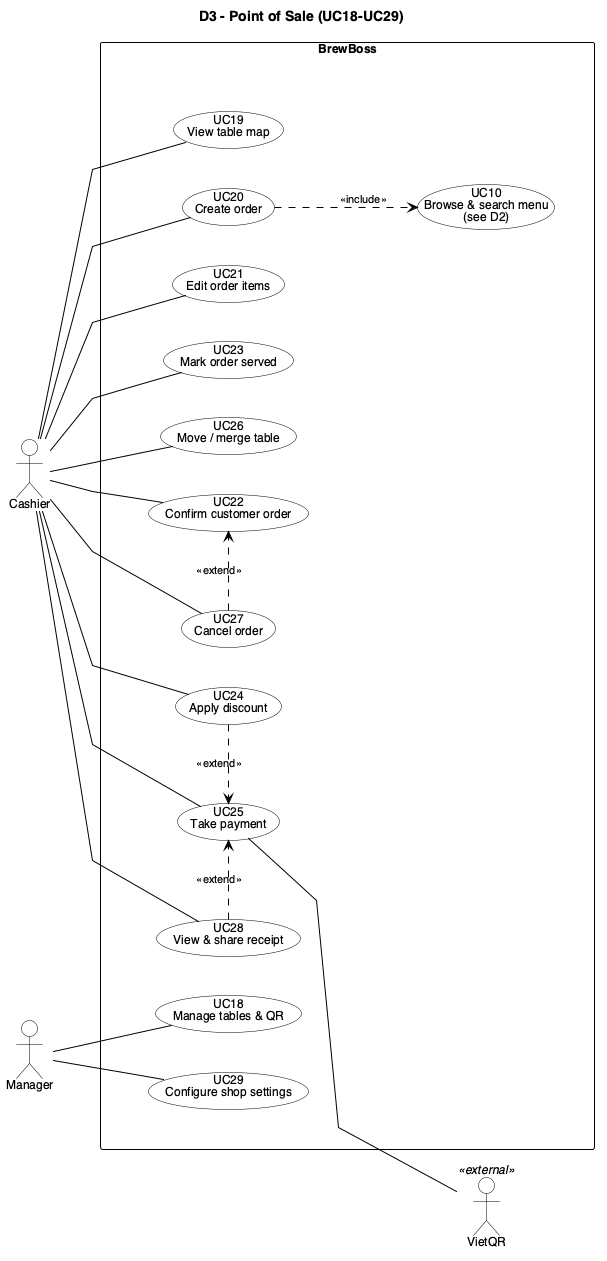
Before: docs/diagrams/images/BB_D3_PointOfSale.png, a diagram exported from PlantUML (huytran303/CafeManagementSystem).
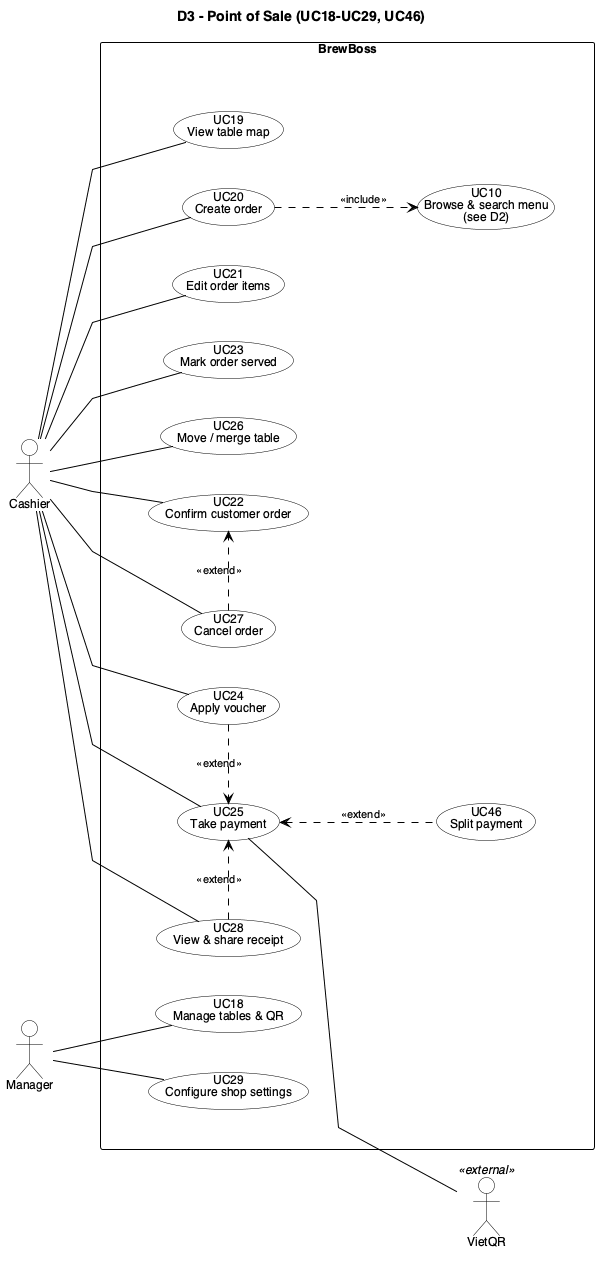
The same diagram one commit later.

What changed in the source:
```diff
@@ -31,7 +31,7 @@
 }
 hide <<inner>> stereotype
 
-title D3 - Point of Sale (UC18-UC29)
+title D3 - Point of Sale (UC18-UC29, UC46)
 
 actor "Cashier" as CAS
 actor "Manager" as MGR
@@ -50,11 +50,12 @@
       usecase "UC27\nCancel order" as UC27
     }
     together {
-      usecase "UC24\nApply discount" as UC24
+      usecase "UC24\nApply voucher" as UC24
       usecase "UC25\nTake payment" as UC25
       usecase "UC28\nView & share receipt" as UC28
     }
     usecase "UC29\nConfigure shop settings" as UC29
+    usecase "UC46\nSplit payment" as UC46
     usecase "UC10\nBrowse & search menu\n(see D2)" as UC10
   }
 }
@@ -76,6 +77,7 @@
 UC20 ..> UC10 : <<include>>
 UC24 .[norank].> UC25 : <<extend>>
 UC28 .[norank].> UC25 : <<extend>>
+UC25 <.. UC46 : <<extend>>
 UC27 .[norank].> UC22 : <<extend>>
 UC25 -- VQR
 
```
